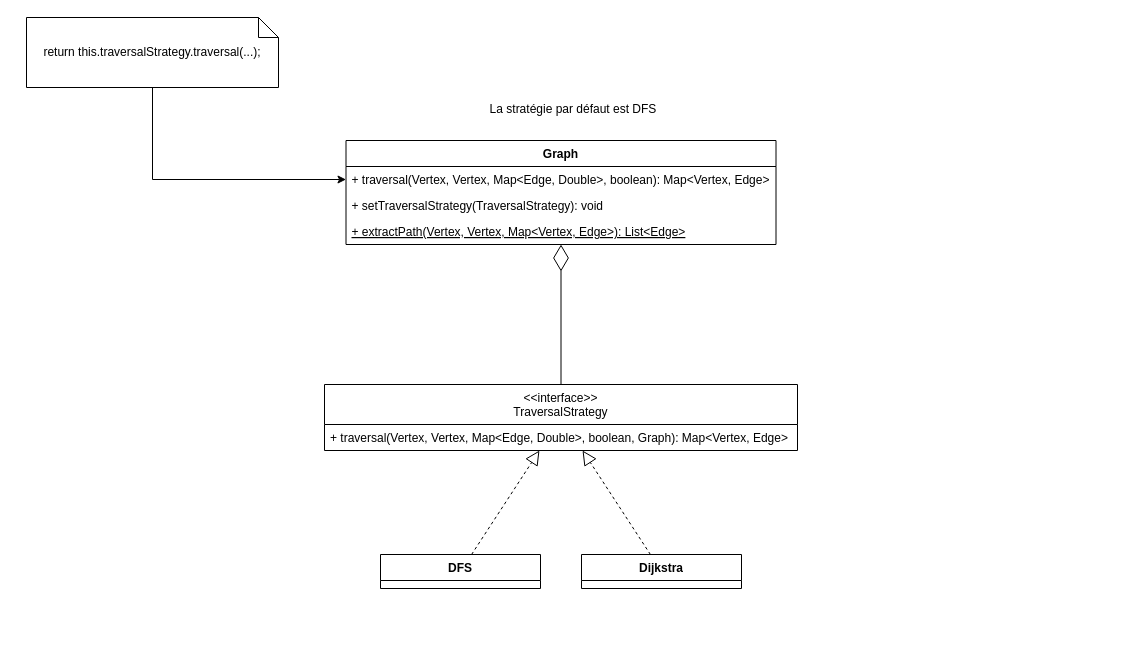
This is specification/diagrams/strategy-pattern.drawio from adrian-heouairi/MoriaMap, a draw.io file, before an edit. Source tidied: cells renumbered, new cells numbered last; positions are measured from the earlier drawing's top-left corner, leaving out a move shared by most shapes. Both pictures are drawn from the tidied source at 100%, with x=0, y=0 at pixel (26, 17).
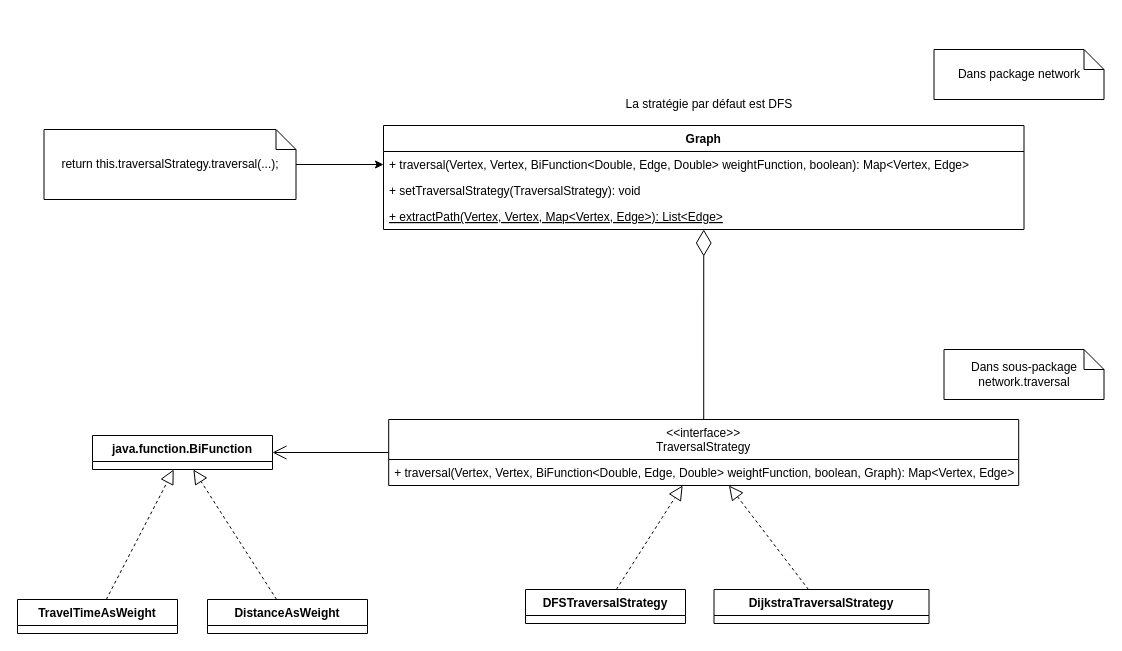
After the change.

What changed in the source:
```diff
@@
     <mxCell id="2" value="&lt;&lt;interface&gt;&gt; &#10;TraversalStrategy" style="swimlane;fontStyle=0;align=center;verticalAlign=top;horizontal=1;startSize=40;" parent="1" vertex="1">
-      <mxGeometry x="298" y="367" width="473" height="66" as="geometry" />
+      <mxGeometry x="362.2" y="402" width="630" height="66" as="geometry" />
     </mxCell>
-    <mxCell id="3" value="+ traversal(Vertex, Vertex, Map&lt;Edge, Double&gt;, boolean, Graph): Map&lt;Vertex, Edge&gt;" style="text;strokeColor=none;fillColor=none;align=left;verticalAlign=top;spacingLeft=4;spacingRight=4;overflow=hidden;" parent="2" vertex="1">
-      <mxGeometry y="40" width="473" height="26" as="geometry" />
+    <mxCell id="3" value="+ traversal(Vertex, Vertex, BiFunction&lt;Double, Edge, Double&gt; weightFunction, boolean, Graph): Map&lt;Vertex, Edge&gt;" style="text;strokeColor=none;fillColor=none;align=left;verticalAlign=top;spacingLeft=4;spacingRight=4;overflow=hidden;" parent="2" vertex="1">
+      <mxGeometry y="40" width="630" height="26" as="geometry" />
     </mxCell>
-    <mxCell id="4" value="DFS" style="swimlane;fontStyle=1;align=center;verticalAlign=top;horizontal=1;startSize=26;" parent="1" vertex="1">
-      <mxGeometry x="354" y="537" width="160" height="34" as="geometry" />
+    <mxCell id="4" value="DFSTraversalStrategy" style="swimlane;fontStyle=1;align=center;verticalAlign=top;horizontal=1;startSize=26;" parent="1" vertex="1">
+      <mxGeometry x="499" y="572" width="160" height="34" as="geometry" />
     </mxCell>
@@
-    <mxCell id="7" value="Dijkstra" style="swimlane;fontStyle=1;align=center;verticalAlign=top;horizontal=1;startSize=26;" parent="1" vertex="1">
-      <mxGeometry x="555" y="537" width="160" height="34" as="geometry" />
+    <mxCell id="7" value="DijkstraTraversalStrategy" style="swimlane;fontStyle=1;align=center;verticalAlign=top;horizontal=1;startSize=26;" parent="1" vertex="1">
+      <mxGeometry x="687.5" y="572" width="215" height="34" as="geometry" />
     </mxCell>
@@
     <mxCell id="9" value="Graph" style="swimlane;fontStyle=1;align=center;verticalAlign=top;horizontal=1;startSize=26;" parent="1" vertex="1">
-      <mxGeometry x="319.5" y="123" width="430" height="104" as="geometry" />
+      <mxGeometry x="357" y="108" width="640.5" height="104" as="geometry" />
     </mxCell>
-    <mxCell id="10" value="+ traversal(Vertex, Vertex, Map&lt;Edge, Double&gt;, boolean): Map&lt;Vertex, Edge&gt;" style="text;strokeColor=none;fillColor=none;align=left;verticalAlign=top;spacingLeft=4;spacingRight=4;overflow=hidden;points=[[0,0.5],[1,0.5]];portConstraint=eastwest;" parent="9" vertex="1">
-      <mxGeometry y="26" width="430" height="26" as="geometry" />
-    </mxCell>
+    <mxCell id="16" value="+ traversal(Vertex, Vertex, BiFunction&lt;Double, Edge, Double&gt; weightFunction, boolean): Map&lt;Vertex, Edge&gt;" style="text;strokeColor=none;fillColor=none;align=left;verticalAlign=top;spacingLeft=4;spacingRight=4;overflow=hidden;points=[[0,0.5],[1,0.5]];portConstraint=eastwest;" parent="9" vertex="1">
+      <mxGeometry y="26" width="640.5" height="26" as="geometry" />
+    </mxCell>
     <mxCell id="11" value="+ setTraversalStrategy(TraversalStrategy): void" style="text;strokeColor=none;fillColor=none;align=left;verticalAlign=top;spacingLeft=4;spacingRight=4;overflow=hidden;" parent="9" vertex="1">
-      <mxGeometry y="52" width="430" height="26" as="geometry" />
+      <mxGeometry y="52" width="640.5" height="26" as="geometry" />
     </mxCell>
     <mxCell id="12" value="+ extractPath(Vertex, Vertex, Map&lt;Vertex, Edge&gt;): List&lt;Edge&gt;" style="text;strokeColor=none;fillColor=none;align=left;verticalAlign=top;spacingLeft=4;spacingRight=4;overflow=hidden;fontStyle=4;" parent="9" vertex="1">
-      <mxGeometry y="78" width="430" height="26" as="geometry" />
+      <mxGeometry y="78" width="640.5" height="26" as="geometry" />
     </mxCell>
-    <mxCell id="13" style="edgeStyle=orthogonalEdgeStyle;rounded=0;jettySize=auto;html=1;" parent="1" edge="1" source="14" target="10">
-      <mxGeometry relative="1" as="geometry" />
-    </mxCell>
+    <mxCell id="17" style="edgeStyle=orthogonalEdgeStyle;rounded=0;jettySize=auto;html=1;fontSize=15;fontColor=#000000;" parent="1" edge="1" source="14" target="16">
+      <mxGeometry relative="1" as="geometry" />
+    </mxCell>
     <mxCell id="14" value="return this.traversalStrategy.traversal(...);" style="shape=note;size=20;whiteSpace=wrap;html=1;" parent="1" vertex="1">
-      <mxGeometry width="252" height="70" as="geometry" />
+      <mxGeometry x="17.5" y="112" width="252" height="70" as="geometry" />
     </mxCell>
     <mxCell id="15" value="La stratégie par défaut est DFS" style="text;html=1;strokeColor=none;fillColor=none;align=center;verticalAlign=middle;whiteSpace=wrap;rounded=0;" parent="1" vertex="1">
-      <mxGeometry x="461.5" y="77" width="170" height="30" as="geometry" />
+      <mxGeometry x="597.5" y="72" width="170" height="30" as="geometry" />
     </mxCell>
+    <mxCell id="18" value="java.function.BiFunction" style="swimlane;fontStyle=1;align=center;verticalAlign=top;horizontal=1;startSize=26;" parent="1" vertex="1">
+      <mxGeometry x="66" y="418" width="180" height="34" as="geometry" />
+    </mxCell>
+    <mxCell id="19" value="TravelTimeAsWeight" style="swimlane;fontStyle=1;align=center;verticalAlign=top;horizontal=1;startSize=26;" parent="1" vertex="1">
+      <mxGeometry x="-9" y="582" width="160" height="34" as="geometry" />
+    </mxCell>
+    <mxCell id="20" value="DistanceAsWeight" style="swimlane;fontStyle=1;align=center;verticalAlign=top;horizontal=1;startSize=26;" parent="1" vertex="1">
+      <mxGeometry x="181" y="582" width="160" height="34" as="geometry" />
+    </mxCell>
+    <mxCell id="21" style="endArrow=block;dashed=1;endFill=0;endSize=12;html=1;rounded=0;" parent="1" edge="1" source="19" target="18">
+      <mxGeometry relative="1" as="geometry" />
+    </mxCell>
+    <mxCell id="22" style="endArrow=block;dashed=1;endFill=0;endSize=12;html=1;rounded=0;" parent="1" edge="1" source="20" target="18">
+      <mxGeometry relative="1" as="geometry" />
+    </mxCell>
+    <mxCell id="23" style="endArrow=open;endFill=1;endSize=12;html=1;rounded=0;fontSize=15;fontColor=#000000;" parent="1" edge="1" source="2" target="18">
+      <mxGeometry relative="1" as="geometry" />
+    </mxCell>
+    <mxCell id="24" value="Dans package network" style="shape=note;size=20;whiteSpace=wrap;html=1;" parent="1" vertex="1">
+      <mxGeometry x="907.5" y="32" width="170" height="50" as="geometry" />
+    </mxCell>
+    <mxCell id="25" value="Dans sous-package network.traversal" style="shape=note;size=20;whiteSpace=wrap;html=1;" parent="1" vertex="1">
+      <mxGeometry x="917.5" y="332" width="160" height="50" as="geometry" />
+    </mxCell>
```
